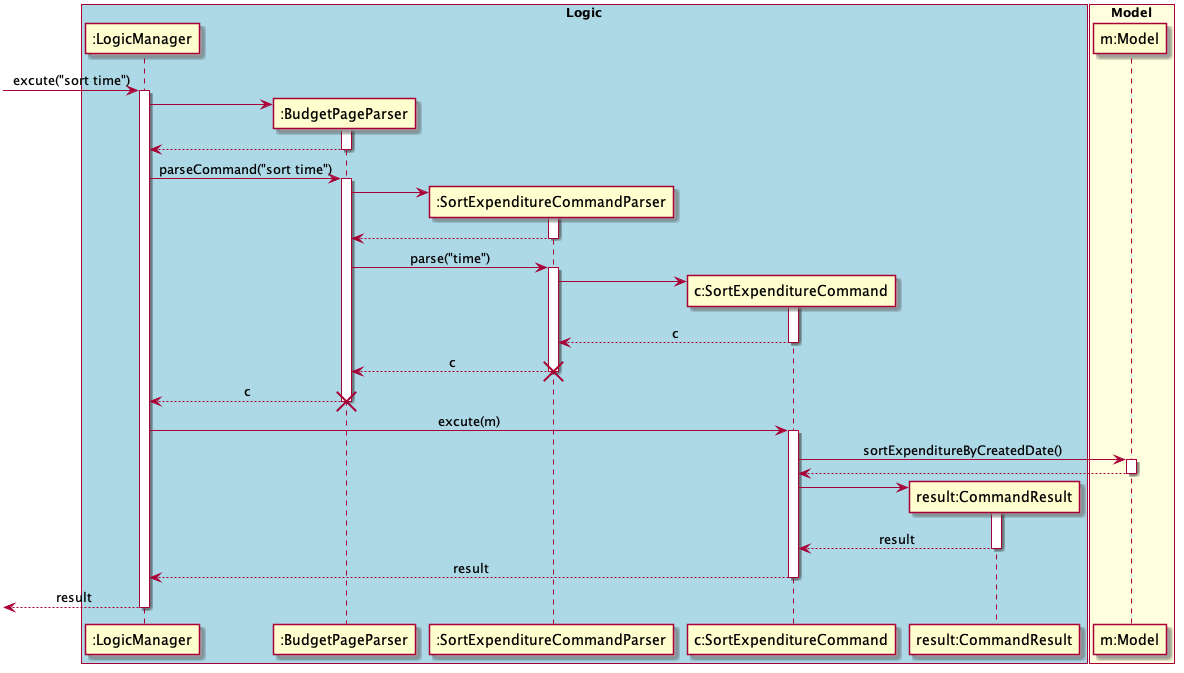
Earlier version of the PlantUML export docs/diagrams/commandsPlantUML/diagram/SortExpenditureCommand.png (yu-ming-chen/tp). The source it was exported from:
```plantuml
@startuml
skinparam Sequence {
    MessageAlign center
}
box "Logic" #LightBlue
participant ":LogicManager" as LM
participant ":BudgetPageParser" as BPP
participant ":SortExpenditureCommandParser" as SECP
participant "c:SortExpenditureCommand" as SEC
participant "result:CommandResult" as CR

end box

box "Model" #LightYellow
participant "m:Model" as M
end box

[-> LM : excute("sort time")
activate LM
create BPP
LM -> BPP
activate BPP
LM <-- BPP
deactivate BPP
LM -> BPP : parseCommand("sort time")
activate BPP

create SECP
BPP -> SECP
activate SECP
BPP <-- SECP
deactivate SECP
BPP -> SECP : parse("time")
activate SECP

create SEC
SECP -> SEC
activate SEC
SECP <-- SEC : c
deactivate SEC
BPP <-- SECP : c
destroy SECP

deactivate SECP
LM <-- BPP : c
deactivate BPP
destroy BPP


LM -> SEC: excute(m)
activate SEC
SEC -> M : sortExpenditureByCreatedDate()
activate M
SEC <-- M
deactivate M

create CR
SEC -> CR
activate CR
SEC <-- CR : result
deactivate CR

LM <-- SEC: result
deactivate SEC
[<-- LM: result
deactivate LM

@enduml
```
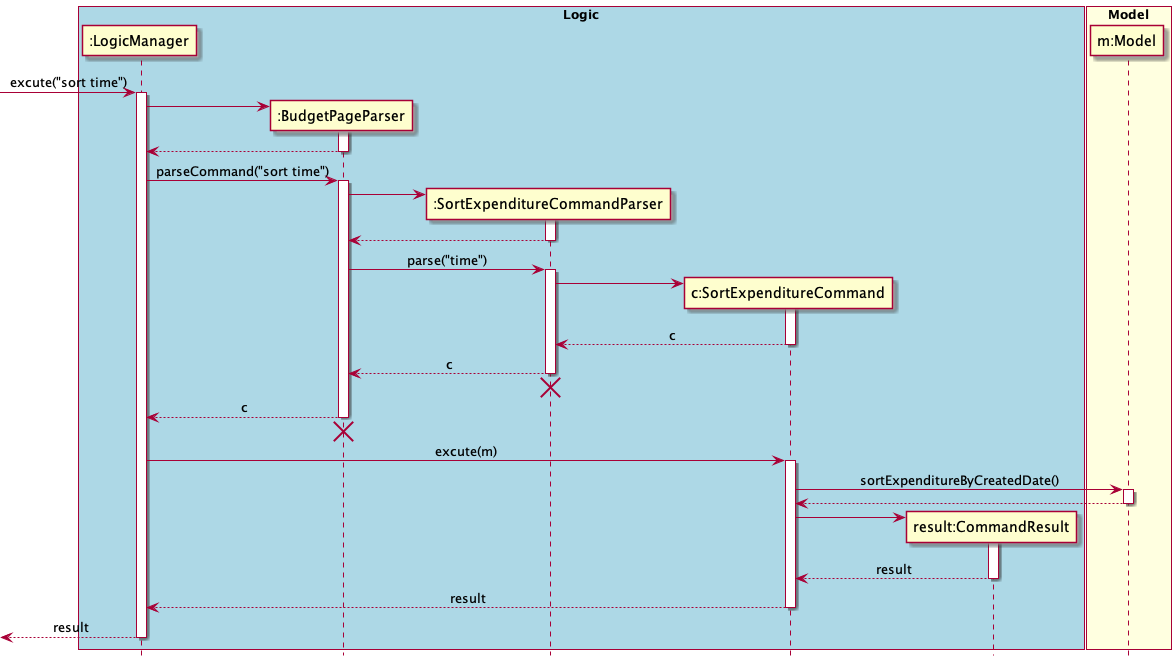
Later version of the same file.

Diff of the diagram source:
```diff
@@ -2,6 +2,7 @@
 skinparam Sequence {
     MessageAlign center
 }
+hide footbox
 box "Logic" #LightBlue
 participant ":LogicManager" as LM
 participant ":BudgetPageParser" as BPP
@@ -39,11 +40,14 @@
 SECP <-- SEC : c
 deactivate SEC
 BPP <-- SECP : c
+deactivate SECP
+BPP <-[hidden]- SECP
 destroy SECP
 
 deactivate SECP
 LM <-- BPP : c
 deactivate BPP
+LM <-[hidden]- BPP
 destroy BPP
 
 
```
